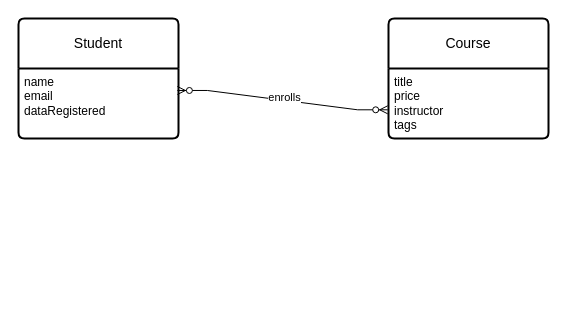
leahlyu22/sql_learning keeps this draw.io diagram as Untitled Diagram.drawio. Above is the earlier version. Source tidied: cells renumbered, new cells numbered last; positions are measured from the earlier drawing's top-left corner, leaving out a move shared by most shapes. Both pictures are drawn from the tidied source at 100%, with x=0, y=0 at pixel (18, 18).
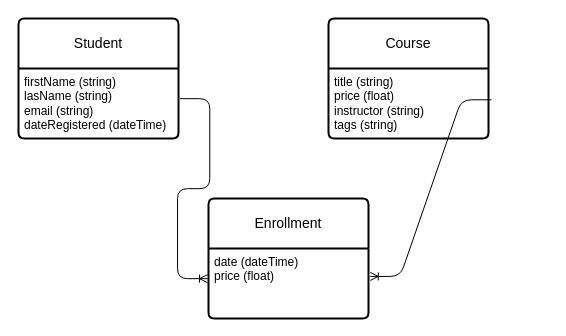
After the change.

Commit message:
Update logical model

The edit, as a diff of the source:
```diff
@@
 <mxGraphModel>
   <root>
     <mxCell id="0" />
     <mxCell id="1" parent="0" />
     <mxCell id="2" value="Student" style="swimlane;horizontal=1;startSize=50;rounded=1;fontSize=14;fontStyle=0;strokeWidth=2;shadow=0;dashed=0;align=center;arcSize=4;whiteSpace=wrap;html=1;" parent="1" vertex="1">
       <mxGeometry width="160" height="120" as="geometry" />
     </mxCell>
-    <mxCell id="3" value="name&lt;br&gt;email&lt;br&gt;dataRegistered" style="align=left;strokeColor=none;fillColor=none;spacingLeft=4;fontSize=12;verticalAlign=top;html=1;" parent="2" vertex="1">
+    <mxCell id="3" value="firstName (string)&lt;br&gt;lasName (string)&lt;br&gt;email (string)&lt;br&gt;dateRegistered (dateTime)" style="align=left;strokeColor=none;fillColor=none;spacingLeft=4;fontSize=12;verticalAlign=top;html=1;" parent="2" vertex="1">
       <mxGeometry y="50" width="160" height="70" as="geometry" />
     </mxCell>
     <mxCell id="4" value="Course" style="swimlane;horizontal=1;startSize=50;rounded=1;fontSize=14;fontStyle=0;strokeWidth=2;shadow=0;dashed=0;align=center;arcSize=4;whiteSpace=wrap;html=1;" parent="1" vertex="1">
-      <mxGeometry x="370" width="160" height="120" as="geometry" />
+      <mxGeometry x="310" width="160" height="120" as="geometry" />
     </mxCell>
-    <mxCell id="5" value="title&lt;br&gt;price&lt;br&gt;instructor&lt;br&gt;tags" style="align=left;strokeColor=none;fillColor=none;spacingLeft=4;fontSize=12;verticalAlign=top;html=1;" parent="4" vertex="1">
+    <mxCell id="5" value="title (string)&lt;br&gt;price (float)&lt;br&gt;instructor (string)&lt;br&gt;tags (string)" style="align=left;strokeColor=none;fillColor=none;spacingLeft=4;fontSize=12;verticalAlign=top;html=1;" parent="4" vertex="1">
       <mxGeometry y="50" width="160" height="70" as="geometry" />
     </mxCell>
-    <mxCell id="6" style="edgeStyle=entityRelationEdgeStyle;fontSize=12;html=1;endArrow=ERzeroToMany;endFill=1;startArrow=ERzeroToMany;rounded=0;exitX=0.993;exitY=0.314;exitDx=0;exitDy=0;entryX=-0.005;entryY=0.59;entryDx=0;entryDy=0;entryPerimeter=0;exitPerimeter=0;" parent="1" edge="1" source="3" target="5">
-      <mxGeometry relative="1" as="geometry" />
-    </mxCell>
-    <mxCell id="7" value="enrolls" style="edgeLabel;html=1;align=center;verticalAlign=middle;" parent="6" vertex="1">
-      <mxGeometry x="0.01" y="3" relative="1" as="geometry" />
-    </mxCell>
+    <mxCell id="8" value="Enrollment" style="swimlane;horizontal=1;startSize=50;rounded=1;fontSize=14;fontStyle=0;strokeWidth=2;shadow=0;dashed=0;align=center;arcSize=4;whiteSpace=wrap;html=1;" parent="1" vertex="1">
+      <mxGeometry x="190" y="180" width="160" height="120" as="geometry" />
+    </mxCell>
+    <mxCell id="9" value="date (dateTime)&lt;br&gt;price (float)" style="align=left;strokeColor=none;fillColor=none;spacingLeft=4;fontSize=12;verticalAlign=top;html=1;" parent="8" vertex="1">
+      <mxGeometry y="50" width="160" height="70" as="geometry" />
+    </mxCell>
+    <mxCell id="10" style="edgeStyle=entityRelationEdgeStyle;fontSize=12;html=1;endArrow=ERoneToMany;rounded=1;exitX=1.008;exitY=0.431;exitDx=0;exitDy=0;exitPerimeter=0;entryX=-0.006;entryY=0.431;entryDx=0;entryDy=0;entryPerimeter=0;" parent="1" edge="1" source="3" target="9">
+      <mxGeometry relative="1" as="geometry" />
+    </mxCell>
+    <mxCell id="11" style="edgeStyle=entityRelationEdgeStyle;fontSize=12;html=1;endArrow=ERoneToMany;rounded=1;entryX=1.011;entryY=0.399;entryDx=0;entryDy=0;entryPerimeter=0;exitX=1.018;exitY=0.447;exitDx=0;exitDy=0;exitPerimeter=0;" parent="1" edge="1" source="5" target="9">
+      <mxGeometry relative="1" as="geometry" />
+    </mxCell>
   </root>
 </mxGraphModel>
```
